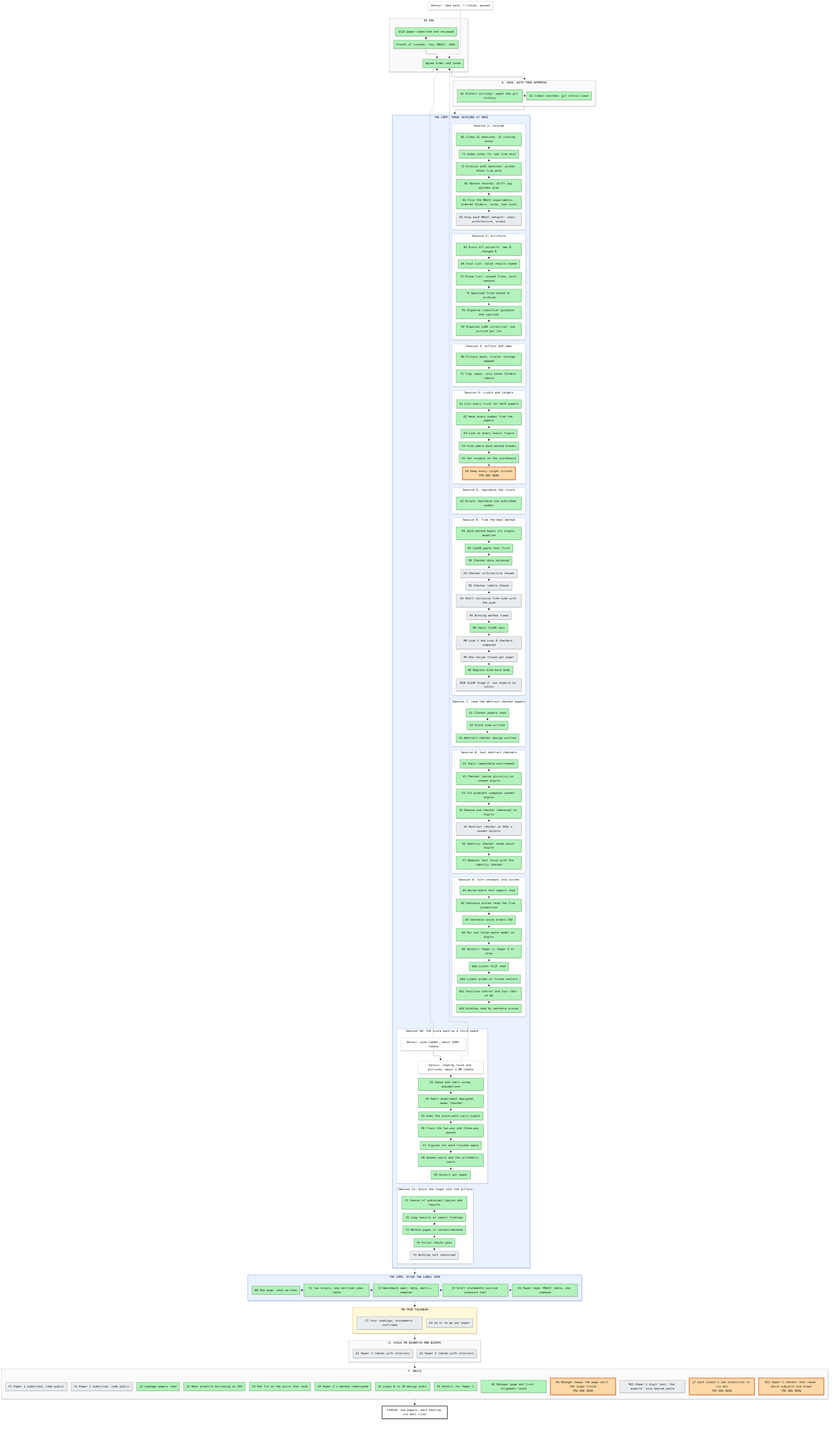
This is artifacts/notes/progress/map.png from mo-rsa24/concept-composition, a Mermaid export, as it was before one commit. Its source is kept beside it as artifacts/notes/progress/map.mmd.
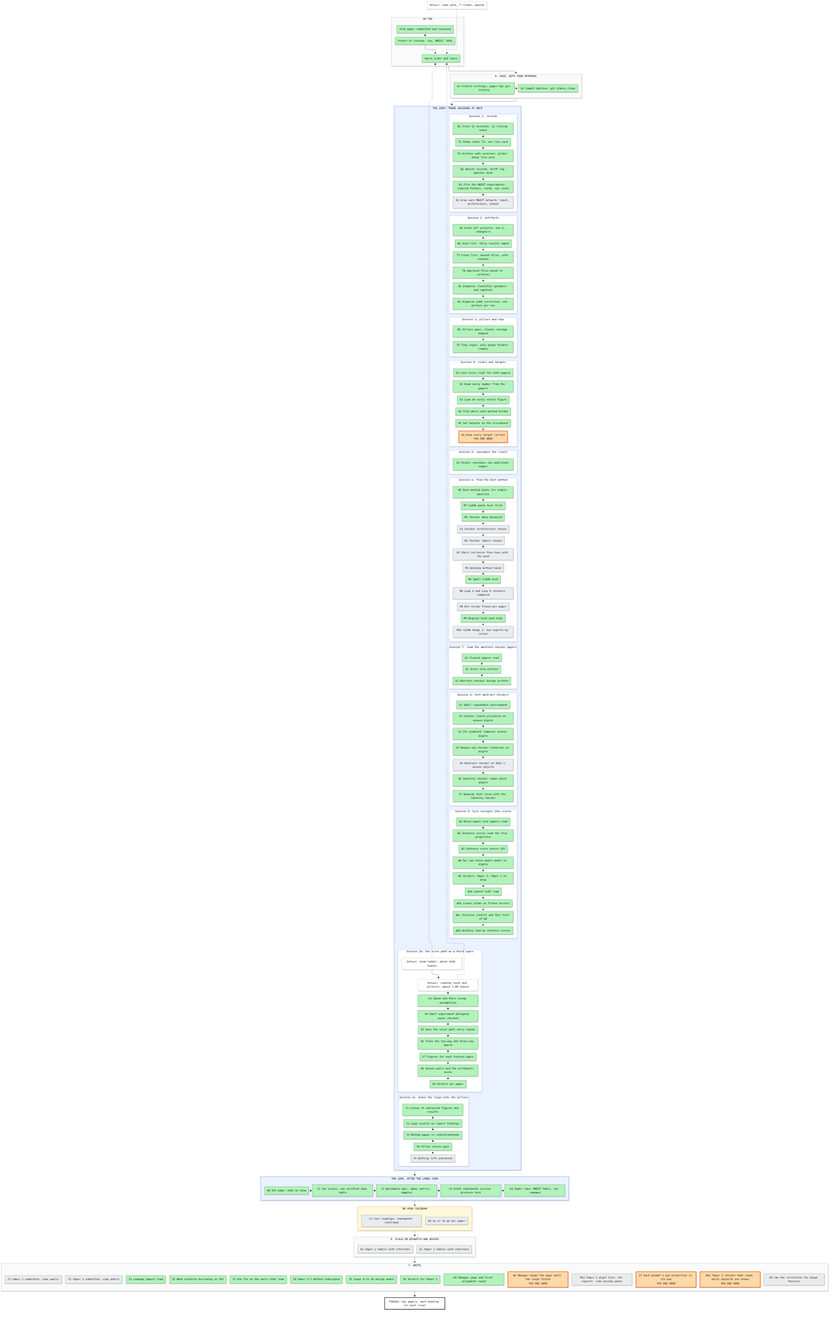
After the change.

Commit message:
Manager: Paper 2's first correction test sent to Loop 12 as step Z8

Change to the diagram source:
```diff
@@ -74,7 +74,7 @@
   end
   subgraph SF["F. WRITE"]
     direction LR
-    F1["F1 Paper 1 submitted, code public"]:::todo ~~~ F2["F2 Paper 2 submitted, code public"]:::todo ~~~ Z1["Z1 Leakage papers read"]:::done ~~~ Z2["Z2 What predicts borrowing on CO3"]:::done ~~~ Z3["Z3 One fix on the pairs that leak"]:::done ~~~ Z4["Z4 Paper 2's method redesigned"]:::done ~~~ Z5["Z5 Loops 8 to 10 design audit"]:::done ~~~ Z6["Z6 Verdict for Paper 2"]:::done ~~~ N1["N1 Manager page and first alignment round"]:::done ~~~ N2["N2 Manager keeps the page until the loops finish<br/>YOU ARE HERE"]:::doing ~~~ M11["M11 Paper 1 digit test: the experts' vote beside paste"]:::todo ~~~ Z7["Z7 Each animal's own prediction in its box<br/>YOU ARE HERE"]:::doing ~~~ M12["M12 Paper 2 checker that reads which subjects are drawn<br/>YOU ARE HERE"]:::doing
+    F1["F1 Paper 1 submitted, code public"]:::todo ~~~ F2["F2 Paper 2 submitted, code public"]:::todo ~~~ Z1["Z1 Leakage papers read"]:::done ~~~ Z2["Z2 What predicts borrowing on CO3"]:::done ~~~ Z3["Z3 One fix on the pairs that leak"]:::done ~~~ Z4["Z4 Paper 2's method redesigned"]:::done ~~~ Z5["Z5 Loops 8 to 10 design audit"]:::done ~~~ Z6["Z6 Verdict for Paper 2"]:::done ~~~ N1["N1 Manager page and first alignment round"]:::done ~~~ N2["N2 Manager keeps the page until the loops finish<br/>YOU ARE HERE"]:::doing ~~~ M11["M11 Paper 1 digit test: the experts' vote beside paste"]:::todo ~~~ Z7["Z7 Each animal's own prediction in its box<br/>YOU ARE HERE"]:::doing ~~~ M12["M12 Paper 2 checker that reads which subjects are drawn<br/>YOU ARE HERE"]:::doing ~~~ Z8["Z8 Can the correction fix known failures"]:::todo
   end
   GOAL["FINISH: two papers, each beating its best rival"]:::goal
   X0["Detour: idea walk, 7 claims, paused"]:::detour -.-> P2
```
